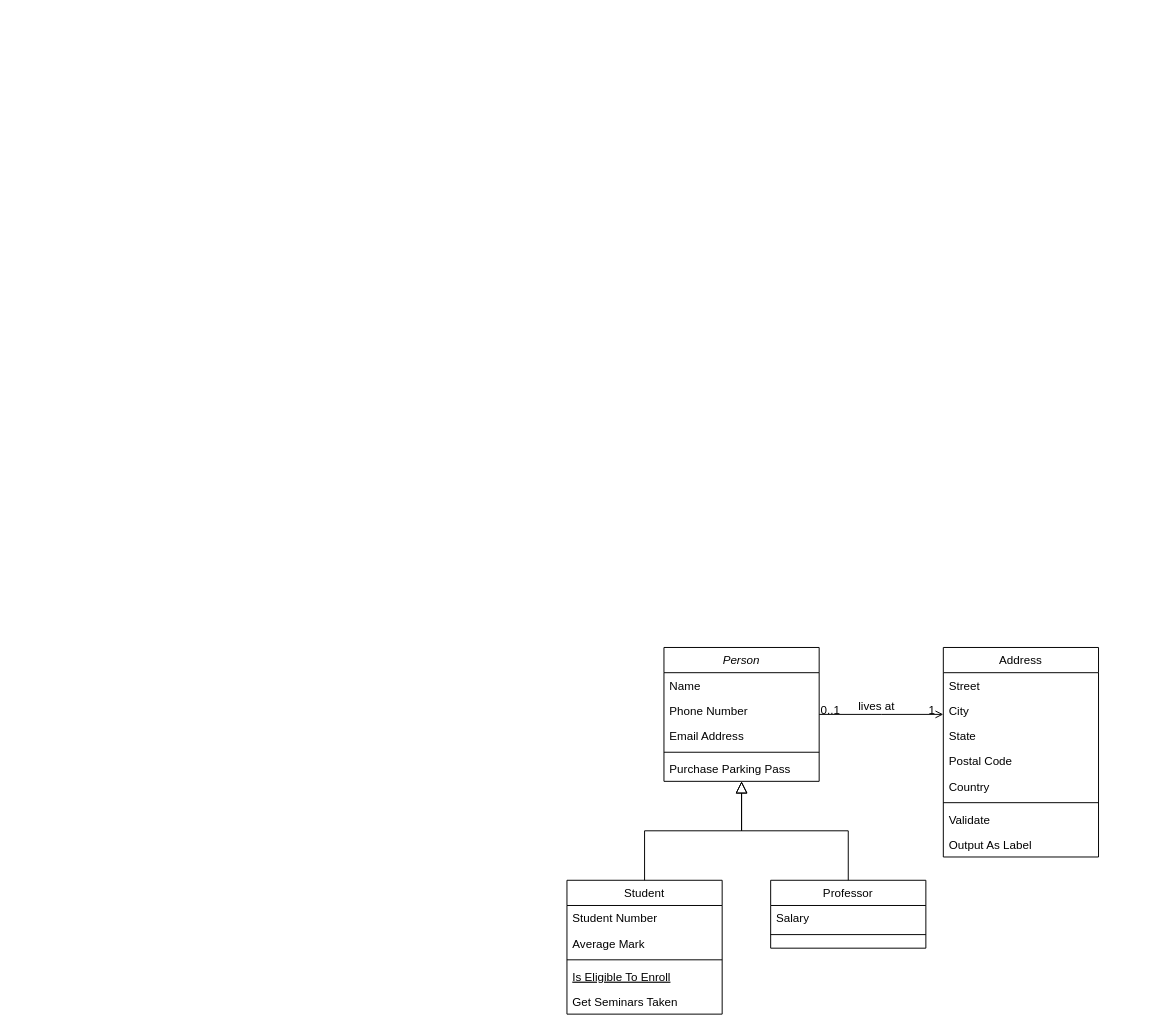
The draw.io diagram Untitled Diagram.drawio in fanyixin0428/towerdefencegame, before the edit. Source tidied: cells renumbered, new cells numbered last; positions are measured from the earlier drawing's top-left corner, leaving out a move shared by most shapes. Both pictures are drawn from the tidied source at 97%, with x=0, y=0 at pixel (566, 647).
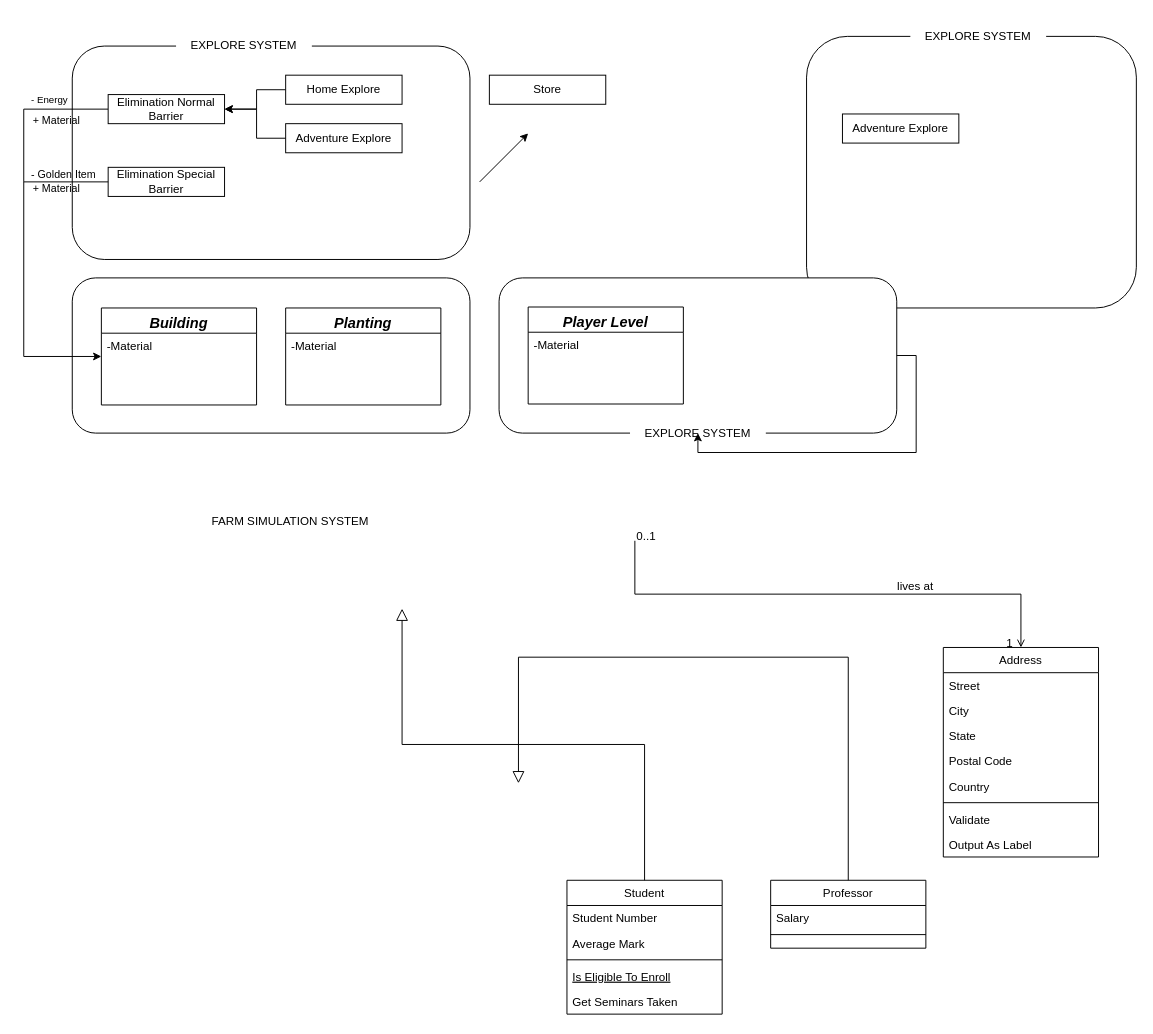
After the change.

The change refers to these unchanged cells:
```xml
<mxCell id="8" value="Student" style="swimlane;fontStyle=0;align=center;verticalAlign=top;horizontal=1;startSize=26;rounded=0;shadow=0;strokeWidth=1;" parent="1" vertex="1">
  <mxGeometry y="240" width="160" height="138" as="geometry" />
</mxCell>
<mxCell id="15" value="Professor" style="swimlane;fontStyle=0;align=center;verticalAlign=top;horizontal=1;startSize=26;rounded=0;shadow=0;strokeWidth=1;" parent="1" vertex="1">
  <mxGeometry x="210" y="240" width="160" height="70" as="geometry" />
</mxCell>
<mxCell id="19" value="Address" style="swimlane;fontStyle=0;align=center;verticalAlign=top;horizontal=1;startSize=26;rounded=0;shadow=0;strokeWidth=1;" parent="1" vertex="1">
  <mxGeometry x="388" width="160" height="216" as="geometry" />
</mxCell>
```

Diff of the diagram source:
```diff
@@
+    <mxCell id="32" style="rounded=1;whiteSpace=wrap;html=1;" parent="1" vertex="1">
+      <mxGeometry x="-510" y="-381" width="410" height="160" as="geometry" />
+    </mxCell>
+    <mxCell id="33" style="rounded=1;whiteSpace=wrap;html=1;" parent="1" vertex="1">
+      <mxGeometry x="-510" y="-620" width="410" height="220" as="geometry" />
+    </mxCell>
-    <mxCell id="2" value="Person" style="swimlane;fontStyle=2;align=center;verticalAlign=top;horizontal=1;startSize=26;rounded=0;shadow=0;strokeWidth=1;" parent="1" vertex="1">
-      <mxGeometry x="100" width="160" height="138" as="geometry" />
+    <mxCell id="2" value="Building" style="swimlane;fontStyle=3;align=center;verticalAlign=top;horizontal=1;startSize=26;rounded=0;shadow=0;strokeWidth=1;fontSize=15;" parent="1" vertex="1">
+      <mxGeometry x="-480" y="-350" width="160" height="100" as="geometry" />
     </mxCell>
-    <mxCell id="3" value="Name" style="text;align=left;verticalAlign=top;spacingLeft=4;spacingRight=4;overflow=hidden;" parent="2" vertex="1">
+    <mxCell id="3" value="-Material" style="text;align=left;verticalAlign=top;spacingLeft=4;spacingRight=4;overflow=hidden;" parent="2" vertex="1">
       <mxGeometry y="26" width="160" height="26" as="geometry" />
     </mxCell>
-    <mxCell id="4" value="Phone Number" style="text;align=left;verticalAlign=top;spacingLeft=4;spacingRight=4;overflow=hidden;rounded=0;shadow=0;html=0;" parent="2" vertex="1">
-      <mxGeometry y="52" width="160" height="26" as="geometry" />
-    </mxCell>
-    <mxCell id="5" value="Email Address" style="text;align=left;verticalAlign=top;spacingLeft=4;spacingRight=4;overflow=hidden;rounded=0;shadow=0;html=0;" parent="2" vertex="1">
-      <mxGeometry y="78" width="160" height="26" as="geometry" />
-    </mxCell>
-    <mxCell id="6" style="line;html=1;strokeWidth=1;align=left;verticalAlign=middle;spacingTop=-1;spacingLeft=3;spacingRight=3;labelPosition=right;" parent="2" vertex="1">
-      <mxGeometry y="104" width="160" height="8" as="geometry" />
-    </mxCell>
-    <mxCell id="7" value="Purchase Parking Pass" style="text;align=left;verticalAlign=top;spacingLeft=4;spacingRight=4;overflow=hidden;" parent="2" vertex="1">
-      <mxGeometry y="112" width="160" height="26" as="geometry" />
-    </mxCell>
@@
-    <mxCell id="14" style="endArrow=block;endSize=10;endFill=0;shadow=0;strokeWidth=1;rounded=0;edgeStyle=elbowEdgeStyle;elbow=vertical;" parent="1" edge="1" source="8" target="2">
-      <mxGeometry relative="1" as="geometry" />
+    <mxCell id="14" style="endArrow=block;endSize=10;endFill=0;shadow=0;strokeWidth=1;rounded=0;edgeStyle=elbowEdgeStyle;elbow=vertical;" parent="1" edge="1" source="8">
+      <mxGeometry relative="1" as="geometry">
+        <mxPoint x="-170" y="-40" as="targetPoint" />
+      </mxGeometry>
     </mxCell>
@@
-    <mxCell id="18" style="endArrow=block;endSize=10;endFill=0;shadow=0;strokeWidth=1;rounded=0;edgeStyle=elbowEdgeStyle;elbow=vertical;" parent="1" edge="1" source="15" target="2">
-      <mxGeometry relative="1" as="geometry" />
+    <mxCell id="18" style="endArrow=block;endSize=10;endFill=0;shadow=0;strokeWidth=1;rounded=0;edgeStyle=elbowEdgeStyle;elbow=vertical;" parent="1" edge="1" source="15">
+      <mxGeometry relative="1" as="geometry">
+        <mxPoint x="-50" y="140" as="targetPoint" />
+        <Array as="points">
+          <mxPoint x="-290" y="10" />
+        </Array>
+      </mxGeometry>
     </mxCell>
@@
-    <mxCell id="28" style="endArrow=open;shadow=0;strokeWidth=1;rounded=0;endFill=1;edgeStyle=elbowEdgeStyle;elbow=vertical;" parent="1" edge="1" source="2" target="19">
+    <mxCell id="28" style="endArrow=open;shadow=0;strokeWidth=1;rounded=0;endFill=1;edgeStyle=elbowEdgeStyle;elbow=vertical;" parent="1" edge="1" target="19">
       <mxGeometry x="0.5" y="41" relative="1" as="geometry">
+        <mxPoint x="70" y="-110" as="sourcePoint" />
         <mxPoint x="-40" y="32" as="offset" />
       </mxGeometry>
     </mxCell>
@@
+    <mxCell id="34" value="EXPLORE SYSTEM" style="rounded=0;whiteSpace=wrap;html=1;strokeColor=none;" parent="1" vertex="1">
+      <mxGeometry x="-403" y="-640" width="140" height="40" as="geometry" />
+    </mxCell>
+    <mxCell id="35" style="edgeStyle=orthogonalEdgeStyle;rounded=0;jettySize=auto;html=1;exitX=0;exitY=0.5;exitDx=0;exitDy=0;fontSize=10;" parent="1" edge="1" source="36" target="53">
+      <mxGeometry relative="1" as="geometry">
+        <Array as="points">
+          <mxPoint x="-320" y="-575" />
+          <mxPoint x="-320" y="-555" />
+        </Array>
+      </mxGeometry>
+    </mxCell>
+    <mxCell id="36" value="Home Explore" style="rounded=0;whiteSpace=wrap;html=1;" parent="1" vertex="1">
+      <mxGeometry x="-290" y="-590" width="120" height="30" as="geometry" />
+    </mxCell>
+    <mxCell id="37" value="Adventure Explore" style="rounded=0;whiteSpace=wrap;html=1;" parent="1" vertex="1">
+      <mxGeometry x="-290" y="-540" width="120" height="30" as="geometry" />
+    </mxCell>
+    <mxCell id="38" style="rounded=1;whiteSpace=wrap;html=1;" parent="1" vertex="1">
+      <mxGeometry x="247" y="-630" width="340" height="280" as="geometry" />
+    </mxCell>
+    <mxCell id="39" value="EXPLORE SYSTEM" style="rounded=0;whiteSpace=wrap;html=1;strokeColor=none;" parent="1" vertex="1">
+      <mxGeometry x="354" y="-650" width="140" height="40" as="geometry" />
+    </mxCell>
+    <mxCell id="40" value="Store" style="rounded=0;whiteSpace=wrap;html=1;" parent="1" vertex="1">
+      <mxGeometry x="-80" y="-590" width="120" height="30" as="geometry" />
+    </mxCell>
+    <mxCell id="41" value="Adventure Explore" style="rounded=0;whiteSpace=wrap;html=1;" parent="1" vertex="1">
+      <mxGeometry x="284" y="-550" width="120" height="30" as="geometry" />
+    </mxCell>
+    <mxCell id="42" value="FARM SIMULATION SYSTEM" style="rounded=0;whiteSpace=wrap;html=1;strokeColor=none;" parent="1" vertex="1">
+      <mxGeometry x="-370" y="-150" width="170" height="40" as="geometry" />
+    </mxCell>
+    <mxCell id="43" style="endArrow=classic;html=1;rounded=0;entryX=0;entryY=0.5;entryDx=0;entryDy=0;exitX=0;exitY=0.5;exitDx=0;exitDy=0;" parent="1" edge="1" source="53" target="2">
+      <mxGeometry relative="1" as="geometry">
+        <Array as="points">
+          <mxPoint x="-560" y="-555" />
+          <mxPoint x="-560" y="-480" />
+          <mxPoint x="-560" y="-300" />
+        </Array>
+      </mxGeometry>
+    </mxCell>
+    <mxCell id="44" value="&lt;font style=&quot;font-size: 10px&quot;&gt;- Energy&lt;br style=&quot;font-size: 10px&quot;&gt;&lt;/font&gt;" style="text;html=1;strokeColor=none;fillColor=none;align=left;verticalAlign=middle;whiteSpace=wrap;rounded=0;fontSize=10;" parent="1" vertex="1">
+      <mxGeometry x="-554" y="-570" width="81" height="10" as="geometry" />
+    </mxCell>
+    <mxCell id="45" value="&lt;font style=&quot;font-size: 11px&quot;&gt;+ Material&lt;/font&gt;" style="text;html=1;strokeColor=none;fillColor=none;align=center;verticalAlign=middle;whiteSpace=wrap;rounded=0;fontSize=15;" parent="1" vertex="1">
+      <mxGeometry x="-556" y="-560" width="60" height="30" as="geometry" />
+    </mxCell>
+    <mxCell id="46" value="&lt;font style=&quot;font-size: 11px&quot;&gt;+ Material&lt;/font&gt;" style="text;html=1;strokeColor=none;fillColor=none;align=center;verticalAlign=middle;whiteSpace=wrap;rounded=0;fontSize=15;" parent="1" vertex="1">
+      <mxGeometry x="-556" y="-490" width="60" height="30" as="geometry" />
+    </mxCell>
+    <mxCell id="47" value="&lt;font style=&quot;font-size: 11px&quot;&gt;- Golden Item&lt;br&gt;&lt;/font&gt;" style="text;html=1;strokeColor=none;fillColor=none;align=left;verticalAlign=middle;whiteSpace=wrap;rounded=0;fontSize=15;" parent="1" vertex="1">
+      <mxGeometry x="-554" y="-495" width="81" height="10" as="geometry" />
+    </mxCell>
+    <mxCell id="48" value="Planting" style="swimlane;fontStyle=3;align=center;verticalAlign=top;horizontal=1;startSize=26;rounded=0;shadow=0;strokeWidth=1;fontSize=15;" parent="1" vertex="1">
+      <mxGeometry x="-290" y="-350" width="160" height="100" as="geometry" />
+    </mxCell>
+    <mxCell id="49" value="-Material" style="text;align=left;verticalAlign=top;spacingLeft=4;spacingRight=4;overflow=hidden;" parent="48" vertex="1">
+      <mxGeometry y="26" width="160" height="26" as="geometry" />
+    </mxCell>
+    <mxCell id="50" style="rounded=1;whiteSpace=wrap;html=1;" parent="1" vertex="1">
+      <mxGeometry x="-70" y="-381" width="410" height="160" as="geometry" />
+    </mxCell>
+    <mxCell id="51" value="EXPLORE SYSTEM" style="rounded=0;whiteSpace=wrap;html=1;strokeColor=none;" parent="1" vertex="1">
+      <mxGeometry x="65" y="-240" width="140" height="40" as="geometry" />
+    </mxCell>
+    <mxCell id="52" style="edgeStyle=orthogonalEdgeStyle;rounded=0;orthogonalLoop=1;jettySize=auto;html=1;exitX=1;exitY=0.5;exitDx=0;exitDy=0;fontSize=10;" parent="1" edge="1" source="50" target="50">
+      <mxGeometry relative="1" as="geometry" />
+    </mxCell>
+    <mxCell id="53" value="Elimination Normal Barrier" style="rounded=0;whiteSpace=wrap;html=1;" parent="1" vertex="1">
+      <mxGeometry x="-473" y="-570" width="120" height="30" as="geometry" />
+    </mxCell>
+    <mxCell id="54" style="endArrow=classic;html=1;rounded=0;fontSize=10;" parent="1" edge="1">
+      <mxGeometry relative="1" as="geometry">
+        <mxPoint x="-90" y="-480" as="sourcePoint" />
+        <mxPoint x="-40" y="-530" as="targetPoint" />
+      </mxGeometry>
+    </mxCell>
+    <mxCell id="55" value="Elimination Special Barrier" style="rounded=0;whiteSpace=wrap;html=1;" parent="1" vertex="1">
+      <mxGeometry x="-473" y="-495" width="120" height="30" as="geometry" />
+    </mxCell>
+    <mxCell id="56" style="endArrow=none;html=1;rounded=0;fontSize=15;entryX=0;entryY=0.5;entryDx=0;entryDy=0;" parent="1" edge="1" target="55">
+      <mxGeometry relative="1" as="geometry">
+        <mxPoint x="-560" y="-480" as="sourcePoint" />
+      </mxGeometry>
+    </mxCell>
+    <mxCell id="57" style="edgeStyle=orthogonalEdgeStyle;rounded=0;jettySize=auto;html=1;exitX=0;exitY=0.5;exitDx=0;exitDy=0;fontSize=10;entryX=1;entryY=0.5;entryDx=0;entryDy=0;" parent="1" edge="1" source="37" target="53">
+      <mxGeometry relative="1" as="geometry">
+        <Array as="points">
+          <mxPoint x="-320" y="-525" />
+          <mxPoint x="-320" y="-555" />
+        </Array>
+      </mxGeometry>
+    </mxCell>
+    <mxCell id="58" value="Player Level" style="swimlane;fontStyle=3;align=center;verticalAlign=top;horizontal=1;startSize=26;rounded=0;shadow=0;strokeWidth=1;fontSize=15;" parent="1" vertex="1">
+      <mxGeometry x="-40" y="-351" width="160" height="100" as="geometry" />
+    </mxCell>
+    <mxCell id="59" value="-Material" style="text;align=left;verticalAlign=top;spacingLeft=4;spacingRight=4;overflow=hidden;" parent="58" vertex="1">
+      <mxGeometry y="26" width="160" height="26" as="geometry" />
+    </mxCell>
```
